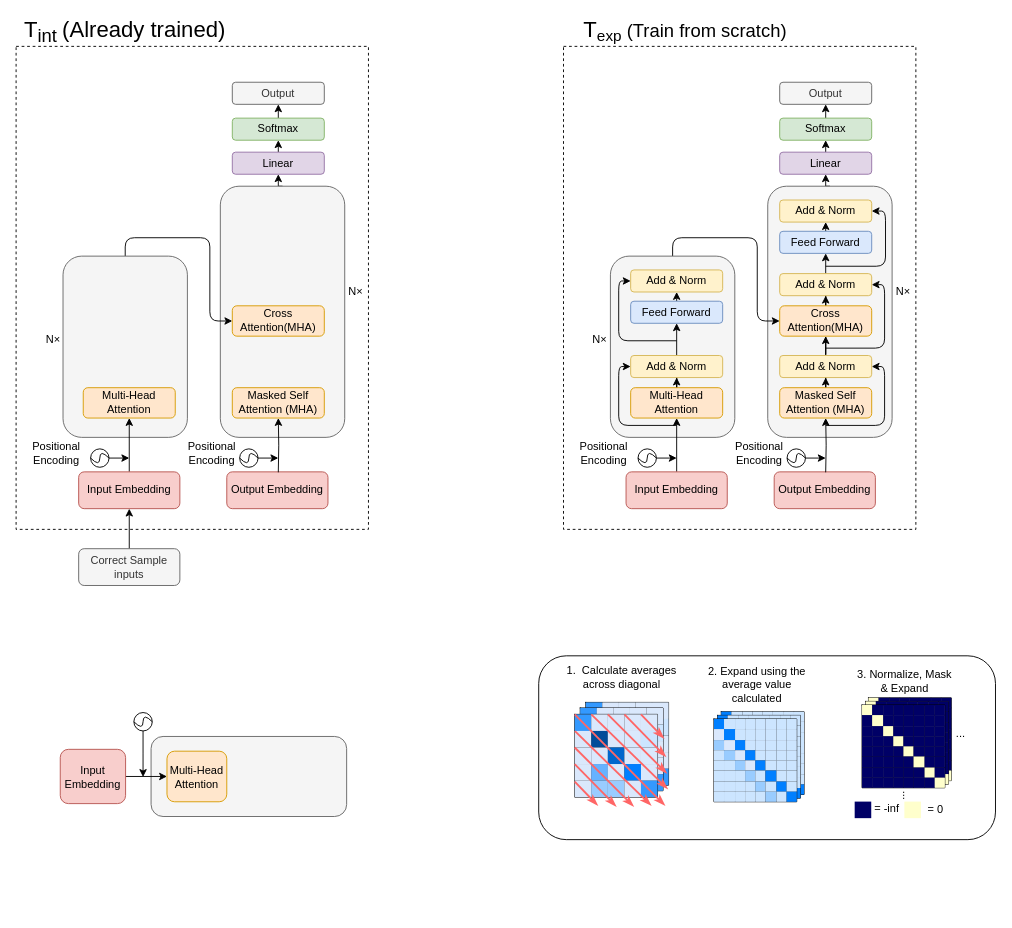
Earlier version of the draw.io diagram graphs/simplifieddiagram.drawio (shaoxiongduan/AttentionBiasCalibration). Source tidied: cells renumbered, new cells numbered last; positions are measured from the earlier drawing's top-left corner, leaving out a move shared by most shapes. Both pictures are drawn from the tidied source at 92%, with x=0, y=0 at pixel (16, 17).
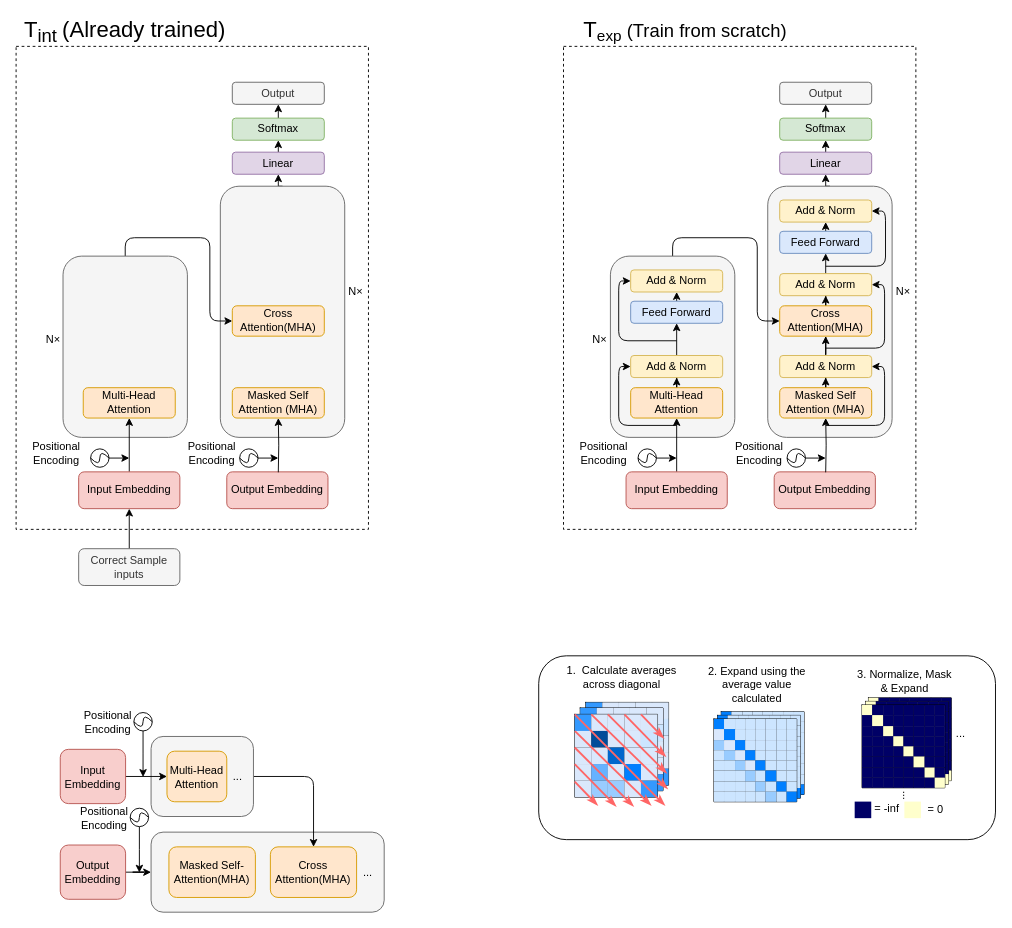
Above is the later version.

Diff of the diagram source:
```diff
@@
+    <mxCell id="647" style="rounded=1;whiteSpace=wrap;html=1;align=center;fillColor=#f5f5f5;fontColor=#333333;strokeColor=#666666;" parent="1" vertex="1">
+      <mxGeometry x="146.7" y="886" width="253.4" height="87" as="geometry" />
+    </mxCell>
@@
+    <mxCell id="648" style="edgeStyle=orthogonalEdgeStyle;rounded=1;jettySize=auto;html=1;exitX=1;exitY=0.5;exitDx=0;exitDy=0;" parent="1" edge="1" source="639" target="651">
+      <mxGeometry relative="1" as="geometry" />
+    </mxCell>
     <mxCell id="639" style="rounded=1;whiteSpace=wrap;html=1;align=center;fillColor=#f5f5f5;fontColor=#333333;strokeColor=#666666;" parent="1" vertex="1">
-      <mxGeometry x="146.7" y="782" width="212.6" height="87" as="geometry" />
+      <mxGeometry x="146.7" y="782" width="111.3" height="87" as="geometry" />
     </mxCell>
@@
+    <mxCell id="649" value="Positional Encoding" style="text;html=1;strokeColor=none;fillColor=none;align=center;verticalAlign=middle;whiteSpace=wrap;rounded=0;" parent="1" vertex="1">
+      <mxGeometry x="60" y="752" width="80" height="30" as="geometry" />
+    </mxCell>
+    <mxCell id="650" value="Masked Self-Attention(MHA)" style="rounded=1;whiteSpace=wrap;html=1;fillColor=#ffe6cc;strokeColor=#d79b00;" parent="1" vertex="1">
+      <mxGeometry x="166.1" y="902" width="94" height="55" as="geometry" />
+    </mxCell>
+    <mxCell id="651" value="Cross Attention(MHA)" style="rounded=1;whiteSpace=wrap;html=1;fillColor=#ffe6cc;strokeColor=#d79b00;" parent="1" vertex="1">
+      <mxGeometry x="276.4" y="902" width="93.7" height="55" as="geometry" />
+    </mxCell>
+    <mxCell id="652" value="..." style="text;html=1;strokeColor=none;fillColor=none;align=center;verticalAlign=middle;whiteSpace=wrap;rounded=0;" parent="1" vertex="1">
+      <mxGeometry x="229.3" y="810.5" width="23.7" height="30" as="geometry" />
+    </mxCell>
+    <mxCell id="653" value="..." style="text;html=1;strokeColor=none;fillColor=none;align=center;verticalAlign=middle;whiteSpace=wrap;rounded=0;" parent="1" vertex="1">
+      <mxGeometry x="370.1" y="914.5" width="25" height="30" as="geometry" />
+    </mxCell>
+    <mxCell id="654" style="edgeStyle=orthogonalEdgeStyle;rounded=0;jettySize=auto;html=1;entryX=0;entryY=0.5;entryDx=0;entryDy=0;" parent="1" edge="1" source="655" target="647">
+      <mxGeometry relative="1" as="geometry" />
+    </mxCell>
+    <mxCell id="655" value="Output Embedding" style="rounded=1;whiteSpace=wrap;html=1;fillColor=#f8cecc;strokeColor=#b85450;" parent="1" vertex="1">
+      <mxGeometry x="48" y="900" width="71" height="59" as="geometry" />
+    </mxCell>
+    <mxCell id="656" style="group;" parent="1" vertex="1">
+      <mxGeometry x="124" y="860" width="20" height="20" as="geometry" />
+    </mxCell>
+    <mxCell id="657" style="edgeStyle=orthogonalEdgeStyle;rounded=0;jettySize=auto;html=1;" parent="656" edge="1" source="658">
+      <mxGeometry relative="1" as="geometry">
+        <mxPoint x="10" y="70" as="targetPoint" />
+      </mxGeometry>
+    </mxCell>
+    <mxCell id="658" style="ellipse;whiteSpace=wrap;html=1;" parent="656" vertex="1">
+      <mxGeometry width="20" height="20" as="geometry" />
+    </mxCell>
+    <mxCell id="659" style="curved=1;endArrow=none;html=1;rounded=0;exitX=0;exitY=0.5;exitDx=0;exitDy=0;entryX=1;entryY=0.5;entryDx=0;entryDy=0;endFill=0;" parent="656" edge="1" source="658" target="658">
+      <mxGeometry relative="1" as="geometry">
+        <Array as="points">
+          <mxPoint x="10" y="20" />
+          <mxPoint x="10" />
+        </Array>
+      </mxGeometry>
+    </mxCell>
+    <mxCell id="660" value="Positional Encoding" style="text;html=1;strokeColor=none;fillColor=none;align=center;verticalAlign=middle;whiteSpace=wrap;rounded=0;" parent="1" vertex="1">
+      <mxGeometry x="56" y="856" width="80" height="30" as="geometry" />
+    </mxCell>
```
